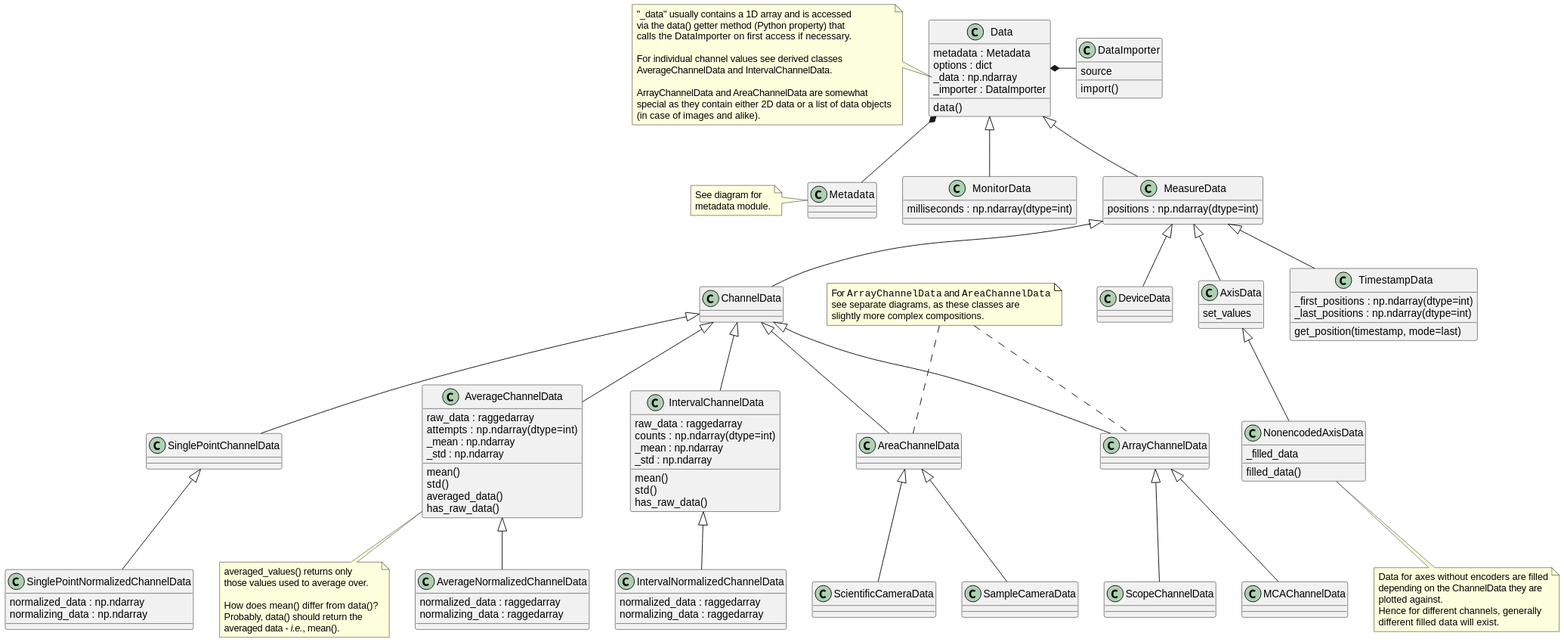
The PlantUML diagram docs/uml/evedata.evefile.data.svg in tillbiskup/evedata, before a commit.
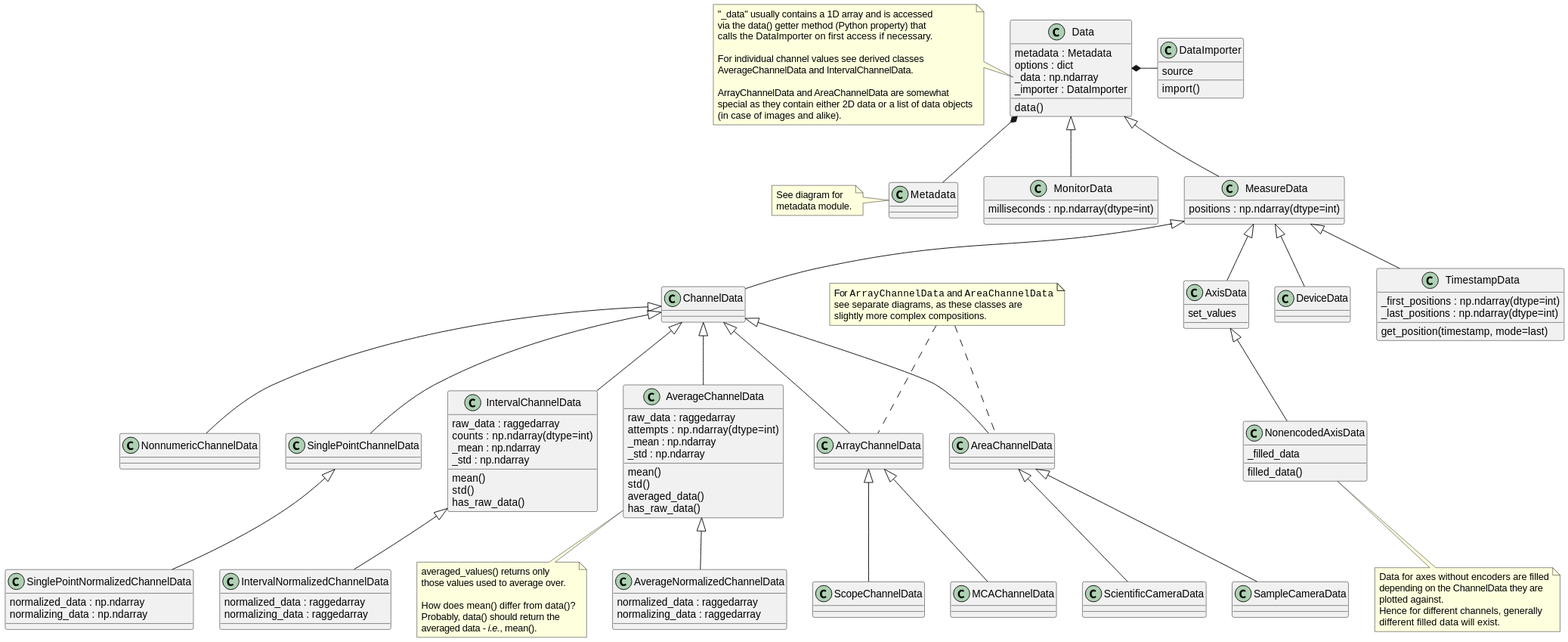
Above is the later version.

What changed in the source:
```diff
@@ -66,6 +66,12 @@
     {field} _last_positions : np.ndarray(dtype=int)
     get_position(timestamp, mode=last)
 }
+
+class NonnumericChannelData extends ChannelData {}
+
+NonnumericChannelData -[hidden]> SinglePointChannelData
+SinglePointChannelData -[hidden]> IntervalChannelData
+IntervalChannelData -[hidden]> AreaChannelData
 
 class SinglePointChannelData extends ChannelData {}
 
```
